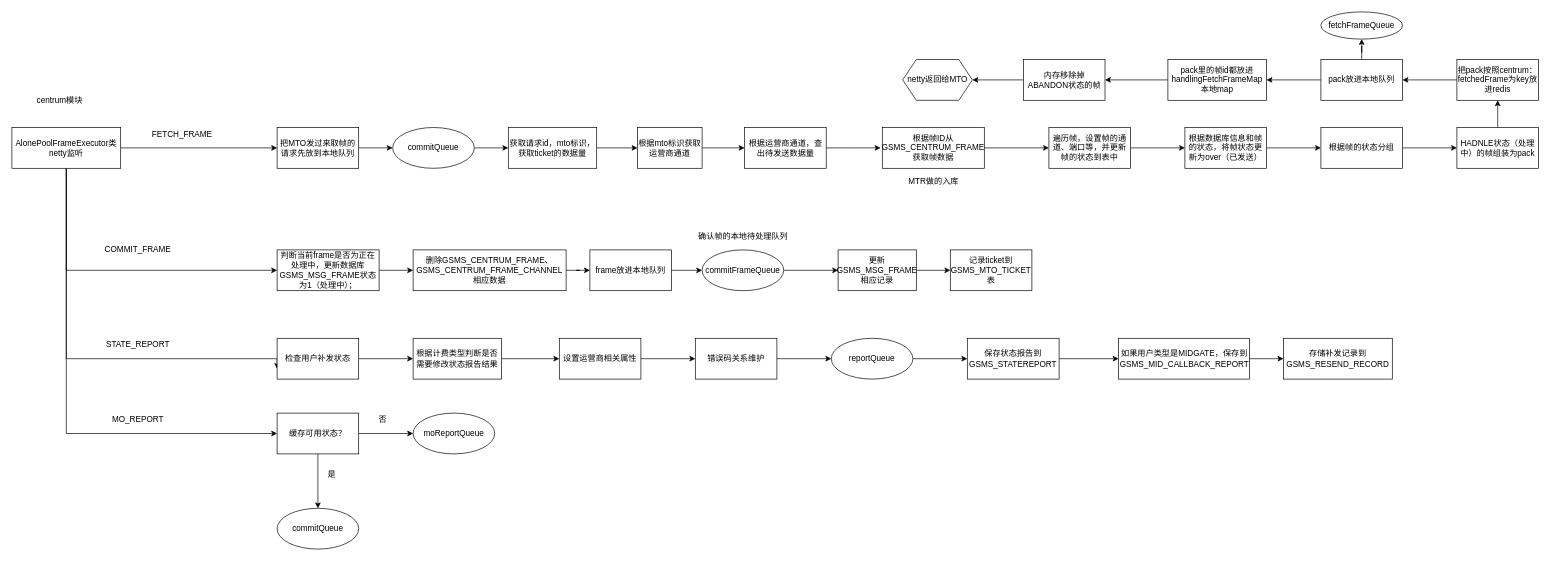
The draw.io diagram Centrum获取帧.drawio in 511733119/Git-, before the edit. Source tidied: cells renumbered, new cells numbered last; positions are measured from the earlier drawing's top-left corner, leaving out a move shared by most shapes. Both pictures are drawn from the tidied source at 68%, with x=0, y=0 at pixel (12, 12).
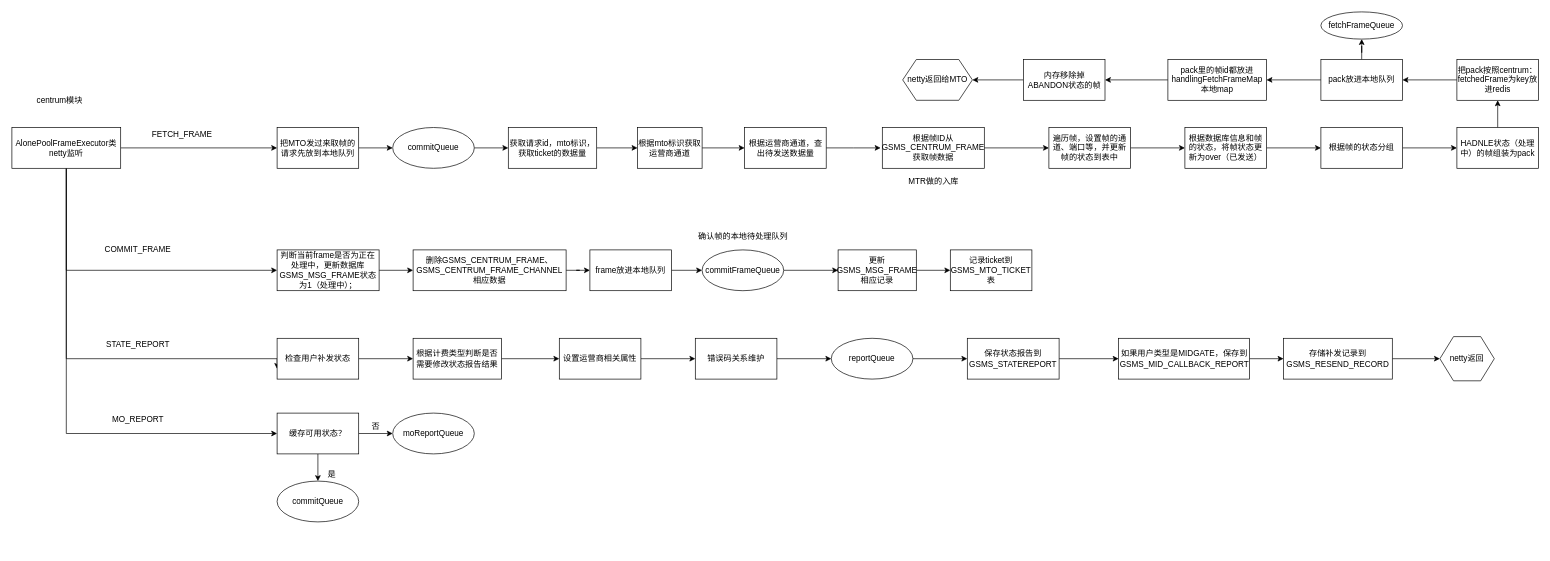
Above is the later version.

Commit message (it also covers changes not shown here):
更新Centrum获取帧.drawio

Unchanged cells that the change refers to:
```xml
<mxCell id="76" value="存储补发记录到GSMS_RESEND_RECORD" style="whiteSpace=wrap;html=1;" parent="1" vertex="1">
  <mxGeometry x="1870" y="480" width="160" height="60" as="geometry" />
</mxCell>
```

What changed in the source:
```diff
@@
     <mxCell id="67" value="moReportQueue" style="ellipse;whiteSpace=wrap;html=1;" parent="1" vertex="1">
-      <mxGeometry x="590" y="590" width="120" height="60" as="geometry" />
+      <mxGeometry x="560" y="590" width="120" height="60" as="geometry" />
     </mxCell>
     <mxCell id="68" value="commitQueue" style="ellipse;whiteSpace=wrap;html=1;" parent="1" vertex="1">
-      <mxGeometry x="390" y="730" width="120" height="60" as="geometry" />
+      <mxGeometry x="390" y="690" width="120" height="60" as="geometry" />
     </mxCell>
@@
     <mxCell id="70" value="否" style="text;html=1;align=center;verticalAlign=middle;strokeColor=none;fillColor=none;" parent="1" vertex="1">
-      <mxGeometry x="530" y="590" width="30" height="20" as="geometry" />
+      <mxGeometry x="520" y="600" width="30" height="20" as="geometry" />
     </mxCell>
@@
+    <mxCell id="78" style="edgeStyle=orthogonalEdgeStyle;rounded=0;jettySize=auto;html=1;" parent="1" edge="1" source="76" target="79">
+      <mxGeometry relative="1" as="geometry" />
+    </mxCell>
@@
+    <mxCell id="79" value="netty返回" style="shape=hexagon;perimeter=hexagonPerimeter2;whiteSpace=wrap;html=1;fixedSize=1;" parent="1" vertex="1">
+      <mxGeometry x="2100" y="477.5" width="80" height="65" as="geometry" />
+    </mxCell>
```
